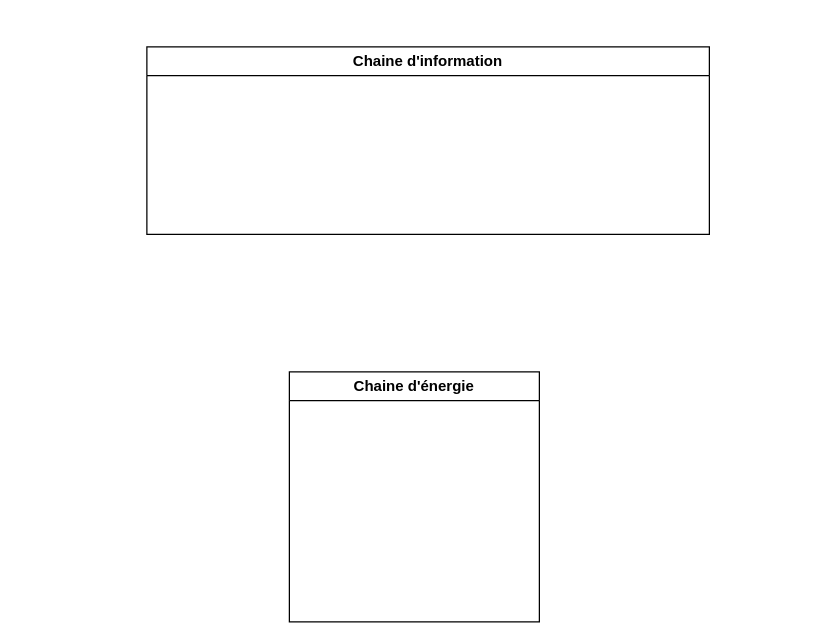
polosibSI/TerminalSI keeps this draw.io diagram as Diagramme sans nom.drawio. Above is the earlier version. Source tidied: cells renumbered, new cells numbered last; positions are measured from the earlier drawing's top-left corner, leaving out a move shared by most shapes. Both pictures are drawn from the tidied source at 125%, with x=0, y=0 at pixel (146, 46).
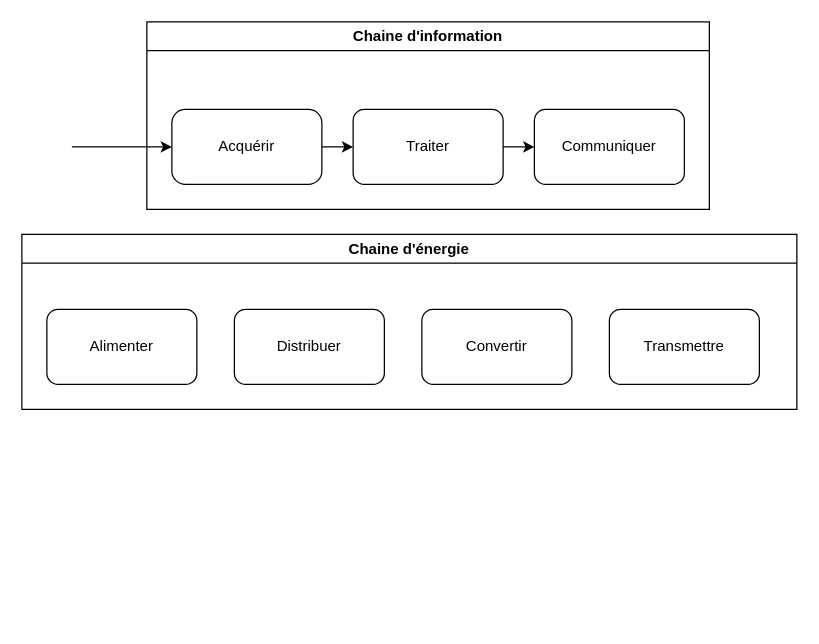
After the change.

Commit message (it also covers changes not shown here):
Mettre à jour Diagramme sans nom.drawio

Diff of the diagram source:
```diff
@@
 <mxGraphModel>
   <root>
     <mxCell id="0" />
     <mxCell id="1" parent="0" />
     <mxCell id="2" value="Chaine d'information&lt;br&gt;" style="swimlane;whiteSpace=wrap;html=1;" parent="1" vertex="1">
-      <mxGeometry width="450" height="150" as="geometry" />
+      <mxGeometry y="-20" width="450" height="150" as="geometry" />
     </mxCell>
+    <mxCell id="4" value="Acquérir&lt;br&gt;" style="rounded=1;whiteSpace=wrap;html=1;arcSize=18;" parent="2" vertex="1">
+      <mxGeometry x="20" y="70" width="120" height="60" as="geometry" />
+    </mxCell>
+    <mxCell id="5" value="Traiter" style="rounded=1;whiteSpace=wrap;html=1;" parent="2" vertex="1">
+      <mxGeometry x="165" y="70" width="120" height="60" as="geometry" />
+    </mxCell>
+    <mxCell id="6" value="Communiquer" style="rounded=1;whiteSpace=wrap;html=1;" parent="2" vertex="1">
+      <mxGeometry x="310" y="70" width="120" height="60" as="geometry" />
+    </mxCell>
+    <mxCell id="7" style="endArrow=classic;html=1;rounded=0;exitX=1;exitY=0.5;exitDx=0;exitDy=0;entryX=0;entryY=0.5;entryDx=0;entryDy=0;" parent="2" edge="1" source="4" target="5">
+      <mxGeometry relative="1" as="geometry" />
+    </mxCell>
+    <mxCell id="8" style="endArrow=classic;html=1;rounded=0;exitX=1;exitY=0.5;exitDx=0;exitDy=0;entryX=0;entryY=0.5;entryDx=0;entryDy=0;" parent="2" edge="1" source="5" target="6">
+      <mxGeometry relative="1" as="geometry" />
+    </mxCell>
     <mxCell id="3" value="Chaine d'énergie&lt;br&gt;" style="swimlane;whiteSpace=wrap;html=1;" parent="1" vertex="1">
-      <mxGeometry x="114" y="260" width="200" height="200" as="geometry" />
+      <mxGeometry x="-100" y="150" width="620" height="140" as="geometry" />
     </mxCell>
+    <mxCell id="9" value="Alimenter&lt;br&gt;" style="rounded=1;whiteSpace=wrap;html=1;" parent="3" vertex="1">
+      <mxGeometry x="20" y="60" width="120" height="60" as="geometry" />
+    </mxCell>
+    <mxCell id="10" value="Distribuer" style="rounded=1;whiteSpace=wrap;html=1;" parent="3" vertex="1">
+      <mxGeometry x="170" y="60" width="120" height="60" as="geometry" />
+    </mxCell>
+    <mxCell id="11" value="Convertir" style="rounded=1;whiteSpace=wrap;html=1;" parent="3" vertex="1">
+      <mxGeometry x="320" y="60" width="120" height="60" as="geometry" />
+    </mxCell>
+    <mxCell id="12" value="Transmettre" style="rounded=1;whiteSpace=wrap;html=1;" parent="3" vertex="1">
+      <mxGeometry x="470" y="60" width="120" height="60" as="geometry" />
+    </mxCell>
+    <mxCell id="13" style="endArrow=classic;html=1;rounded=0;" parent="1" edge="1">
+      <mxGeometry relative="1" as="geometry">
+        <mxPoint x="-60" y="80" as="sourcePoint" />
+        <mxPoint x="20" y="80" as="targetPoint" />
+      </mxGeometry>
+    </mxCell>
   </root>
 </mxGraphModel>
```
